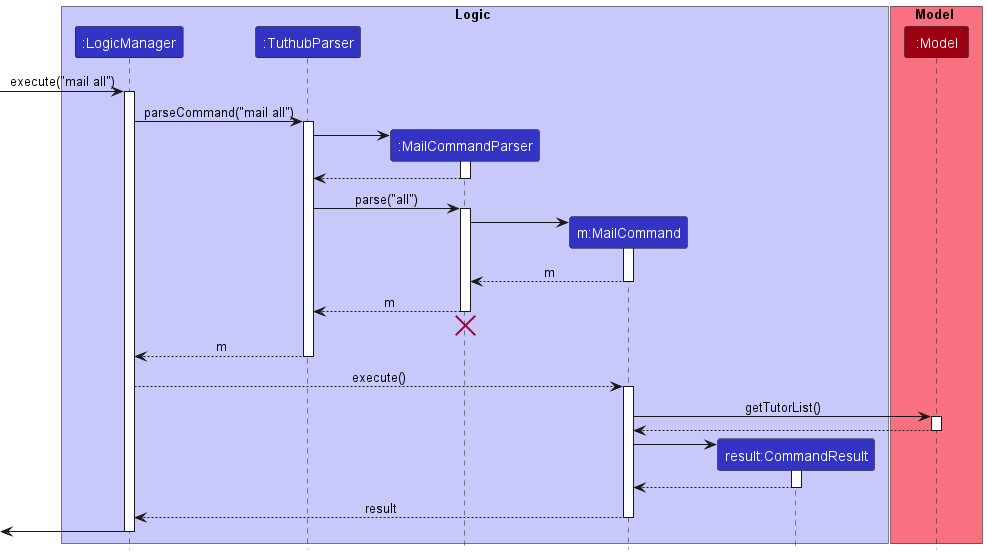
This is docs/images/MailSequenceDiagram.png from nus-cs2103-AY2223S1/tp, a PlantUML export, as it was before one commit.
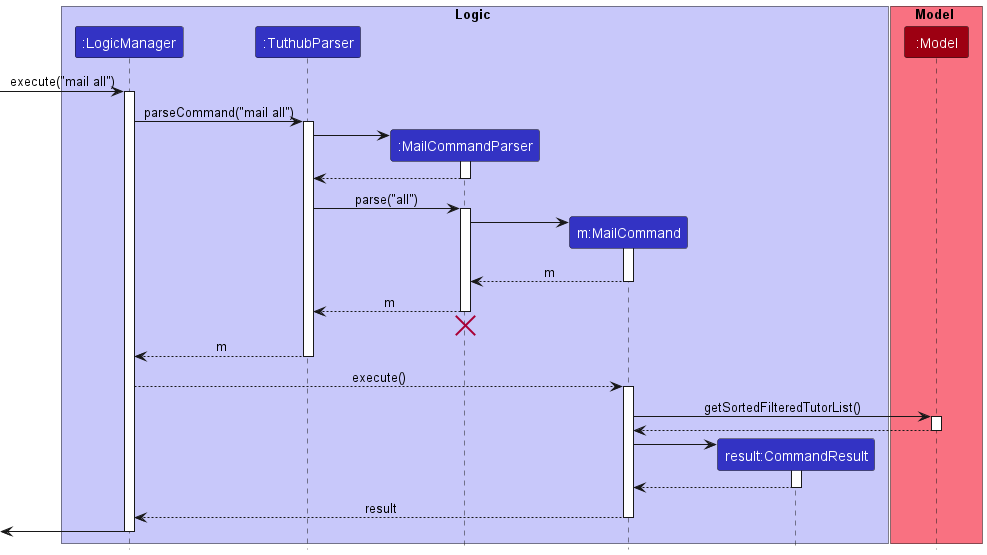
After the commit.

Commit message:
Fix method change in `MailSequenceDiagram`

Change to the diagram source:
```diff
@@ -47,7 +47,7 @@
 LogicManager --> MailCommand : execute()
 activate MailCommand
 
-MailCommand -> Model : getTutorList()
+MailCommand -> Model : getSortedFilteredTutorList()
 activate Model
 
 Model --> MailCommand
```
